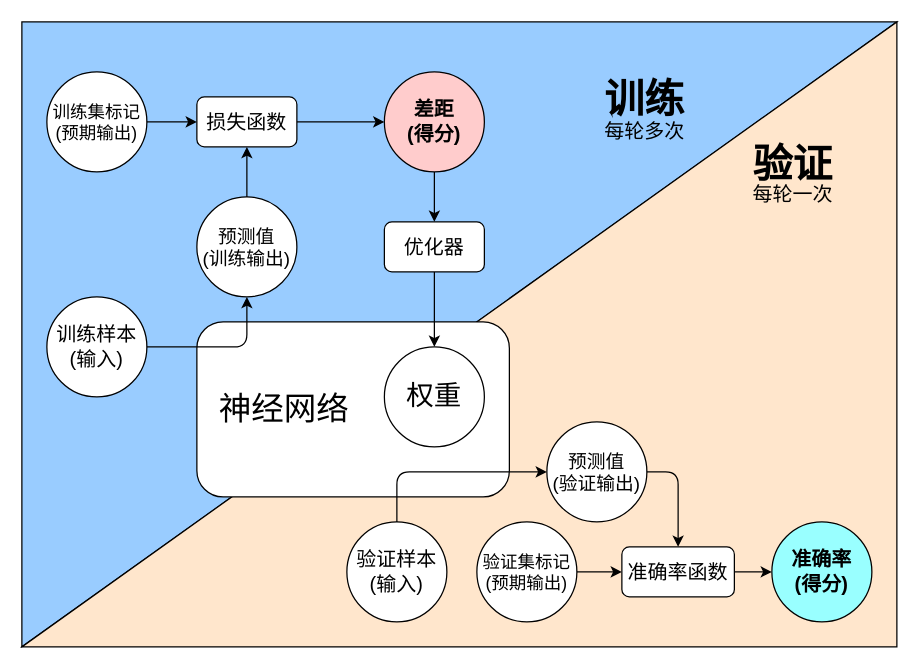
Above: MachineLearning/diagram/training_process_cn.drawio in danteliujie/audioFrameWork (draw.io), before the change. Source tidied: cells renumbered, new cells numbered last; positions are measured from the earlier drawing's top-left corner, leaving out a move shared by most shapes. Both pictures are drawn from the tidied source at 125%, with x=0, y=0 at pixel (21, 21).
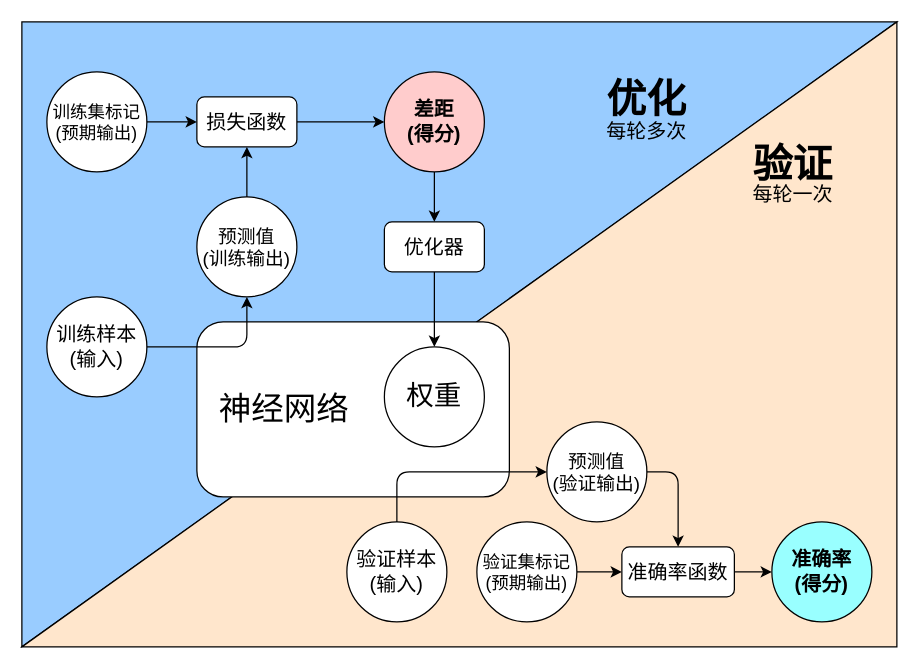
The same page after the edit.

Commit message (it also covers changes not shown here):
rename training to optimize

Diff of the diagram source:
```diff
@@
-    <mxCell id="29" value="&lt;h1 style=&quot;line-height: 10%&quot;&gt;训练&lt;/h1&gt;&lt;p style=&quot;line-height: 20%&quot;&gt;每轮多次&lt;/p&gt;" style="text;html=1;strokeColor=none;fillColor=none;spacing=5;spacingTop=-20;whiteSpace=wrap;overflow=hidden;rounded=0;fontSize=16;align=center;" parent="1" vertex="1">
-      <mxGeometry x="420" y="50" width="157" height="50" as="geometry" />
+    <mxCell id="29" value="&lt;h1 style=&quot;line-height: 10%&quot;&gt;优化&lt;/h1&gt;&lt;p style=&quot;line-height: 20%&quot;&gt;每轮多次&lt;/p&gt;" style="text;html=1;strokeColor=none;fillColor=none;spacing=5;spacingTop=-20;whiteSpace=wrap;overflow=hidden;rounded=0;fontSize=16;align=center;" parent="1" vertex="1">
+      <mxGeometry x="460" y="50" width="80" height="50" as="geometry" />
     </mxCell>
```
